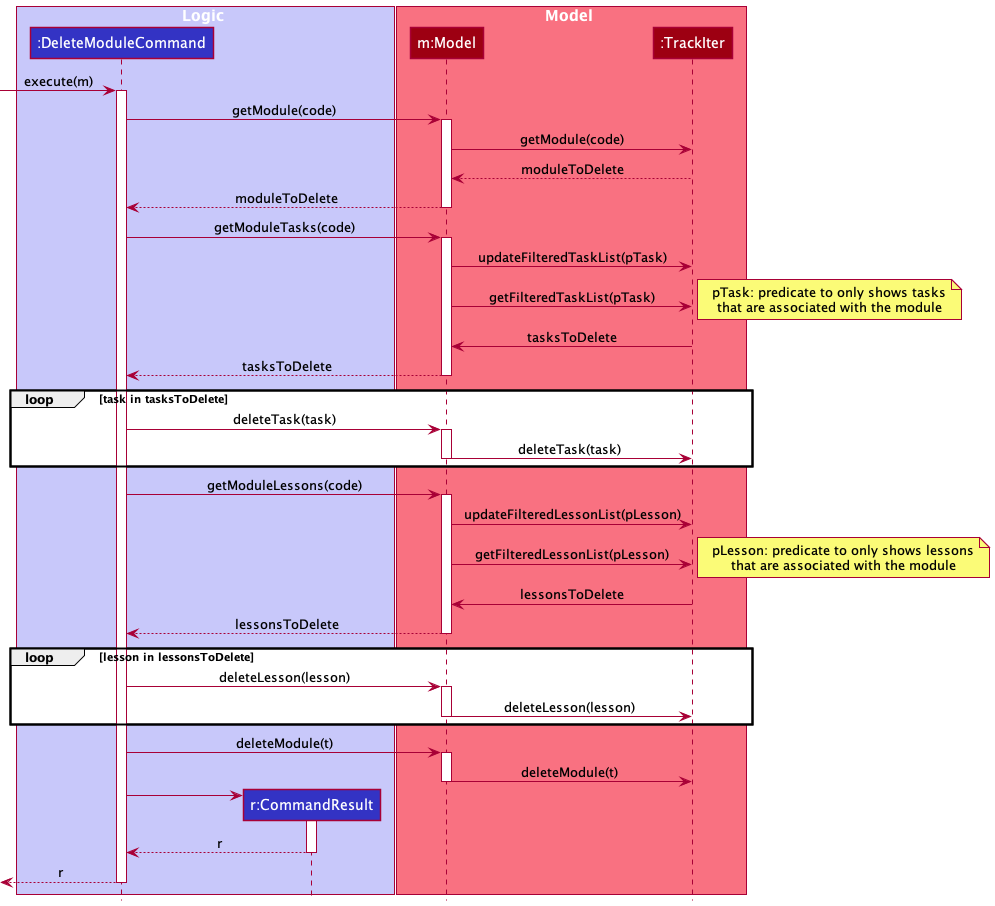
This is docs/images/DeleteModuleSequenceDiagram.png from simonteozw/tp, a PlantUML export, as it was before one commit.
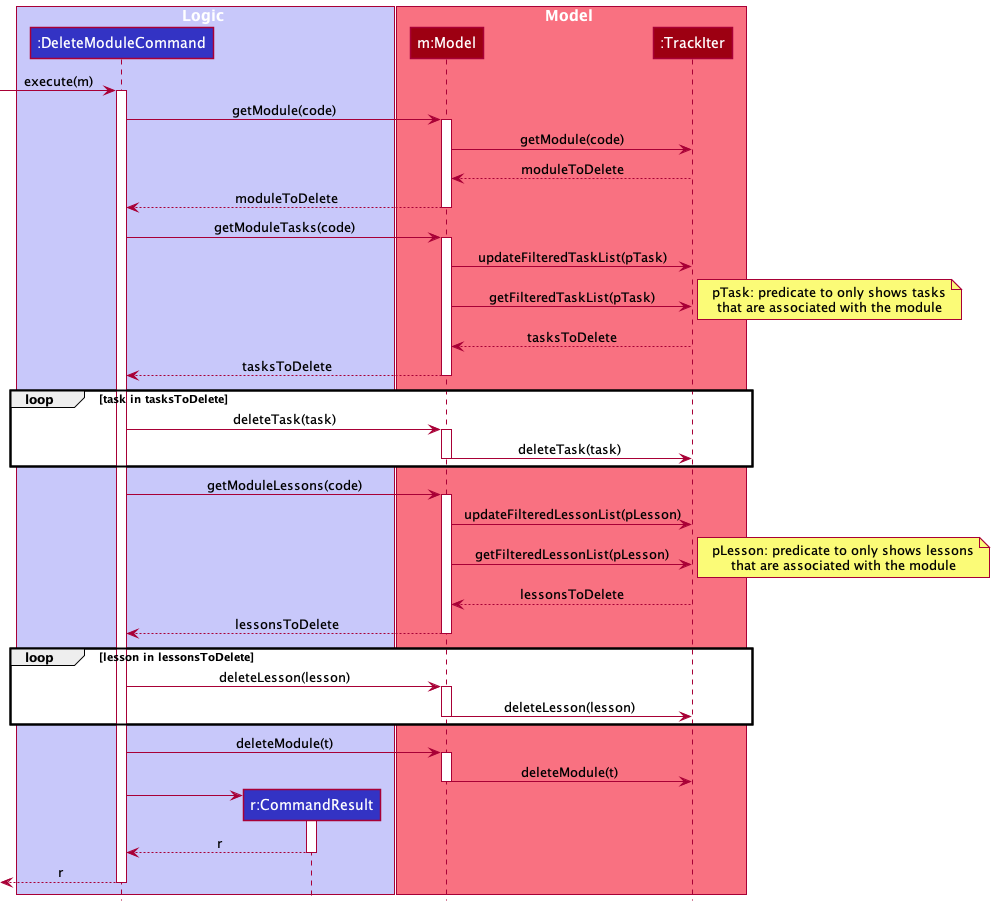
Later version of the same file.

Commit message:
Fix bugs in the Module part of the DG

The edit, as a diff of the source:
```diff
@@ -29,7 +29,7 @@
 pTask: predicate to only shows tasks
 that are associated with the module
 end note
-TrackIter -> Model : tasksToDelete
+TrackIter --> Model : tasksToDelete
 Model --> DeleteModuleCommand : tasksToDelete
 deactivate Model
 
@@ -48,7 +48,7 @@
 pLesson: predicate to only shows lessons
 that are associated with the module
 end note
-TrackIter -> Model : lessonsToDelete
+TrackIter --> Model : lessonsToDelete
 Model --> DeleteModuleCommand : lessonsToDelete
 deactivate Model
 
```
